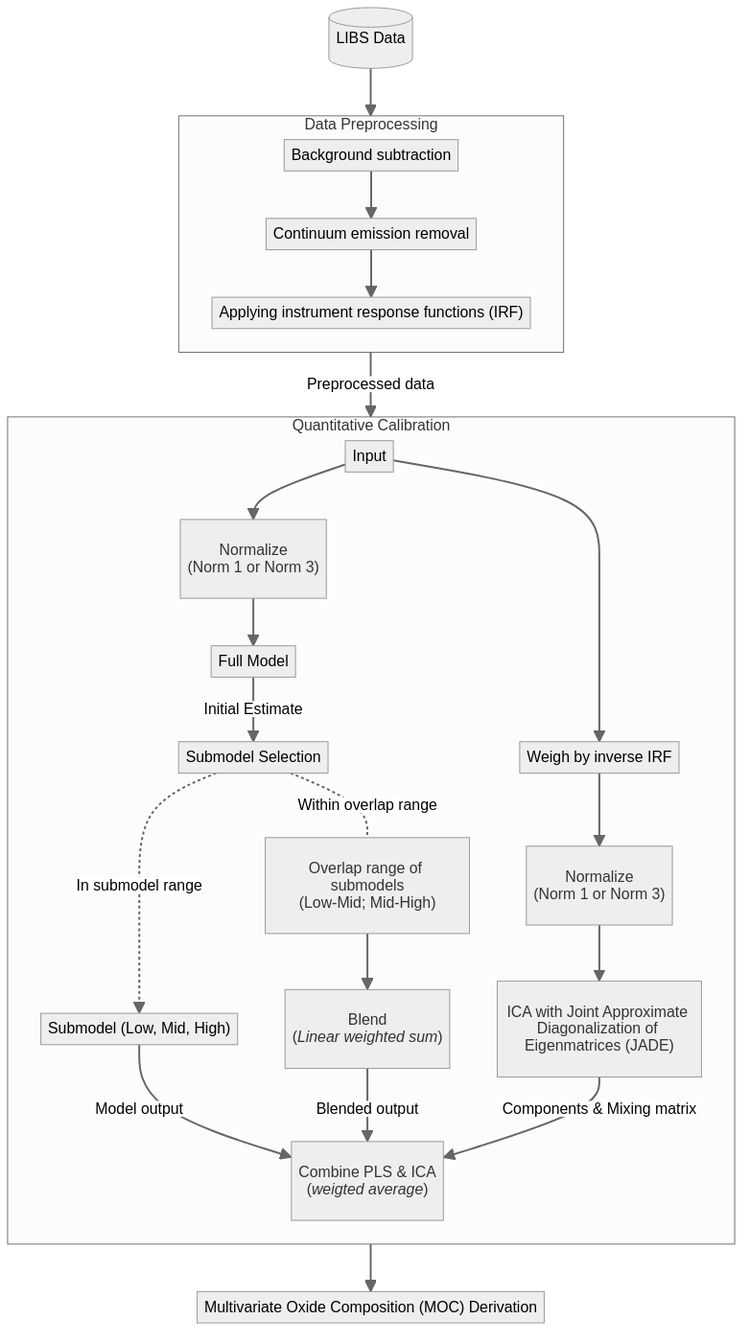
Before: report_pre_thesis/src/images/pipeline.png, a diagram exported from Mermaid (chhoumann/thesis-chemcam). Its source is kept beside it as report_pre_thesis/pipeline.mmd. Source of this version:
```mermaid
flowchart TD
    subgraph DP["Data Preprocessing"]
    BS[Background subtraction]-->
    CER[Continuum emission removal]-->
    AIRF["Applying instrument response functions (IRF)"]
    end

    db[(LIBS Data)] --> DP

    DP -->|Preprocessed data| QC

    subgraph QC["Quantitative Calibration"]
        Input --> NOSM["`Normalize
        (Norm 1 or Norm 3)`"] --> F
        F[Full Model] --> |"Initial Estimate"| H[Submodel Selection]

        SM["Submodel (Low, Mid, High)"]
        BR["`Overlap range of submodels
        (Low-Mid; Mid-High)`"]

        H -.->|In submodel range| SM
        H -.-|Within overlap range| BR

        BR --> BO["`Blend
        (*Linear weighted sum*)`"]

        SM -->|Model output| J
        BO -->|Blended output| J

        Input --> WE["Weigh by inverse IRF"] --> NOI["`Normalize
        (Norm 1 or Norm 3)`"] --> I



        I["`ICA with Joint Approximate Diagonalization of Eigenmatrices (JADE)`"]
        I -->|Components & Mixing matrix| J


        J["`Combine PLS & ICA
        (_weigted average_)`"]
    end

    QC --> K["Multivariate Oxide Composition (MOC) Derivation"]
```
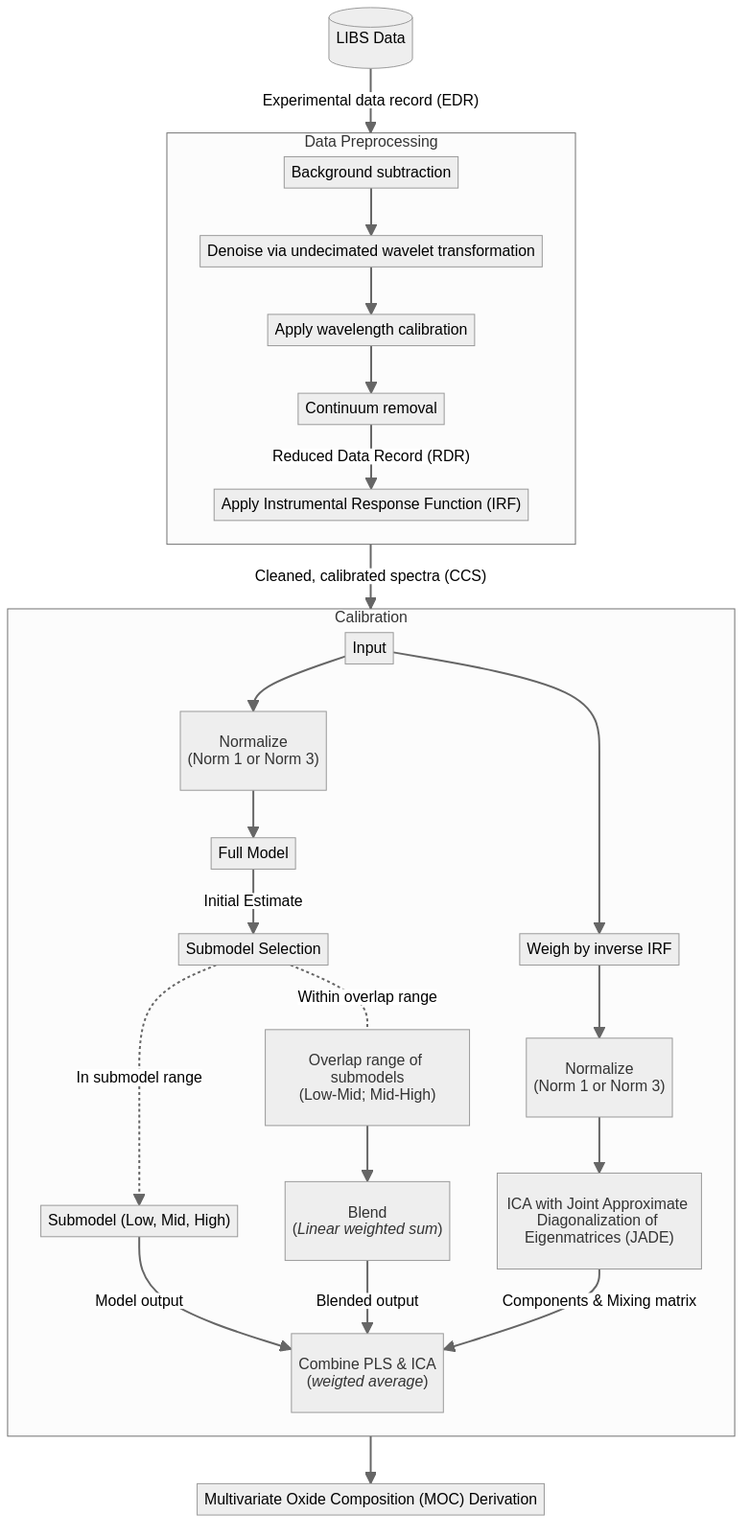
The same file after the commit.

Commit message:
update pipeline with more data processing steps

Change to the diagram source:
```diff
@@ -1,15 +1,16 @@
 flowchart TD
     subgraph DP["Data Preprocessing"]
-    BS[Background subtraction]-->
-    CER[Continuum emission removal]-->
-    AIRF["Applying instrument response functions (IRF)"]
+        BS[Background subtraction] -->
+        WO["Denoise via undecimated wavelet transformation"] -->
+        WC["Apply wavelength calibration"] -->
+        CER["Continuum removal"] -->|"Reduced Data Record (RDR)"| IRF["Apply Instrumental Response Function (IRF)"]
     end
 
-    db[(LIBS Data)] --> DP
+    db[(LIBS Data)] -->|"Experimental data record (EDR)"| DP
 
-    DP -->|Preprocessed data| QC
+    DP -->|"Cleaned, calibrated spectra (CCS)"| C
 
-    subgraph QC["Quantitative Calibration"]
+    subgraph C["Calibration"]
         Input --> NOSM["`Normalize
         (Norm 1 or Norm 3)`"] --> F
         F[Full Model] --> |"Initial Estimate"| H[Submodel Selection]
@@ -40,4 +41,4 @@
         (_weigted average_)`"]
     end
 
-    QC --> K["Multivariate Oxide Composition (MOC) Derivation"]
+    C --> K["Multivariate Oxide Composition (MOC) Derivation"]
```
